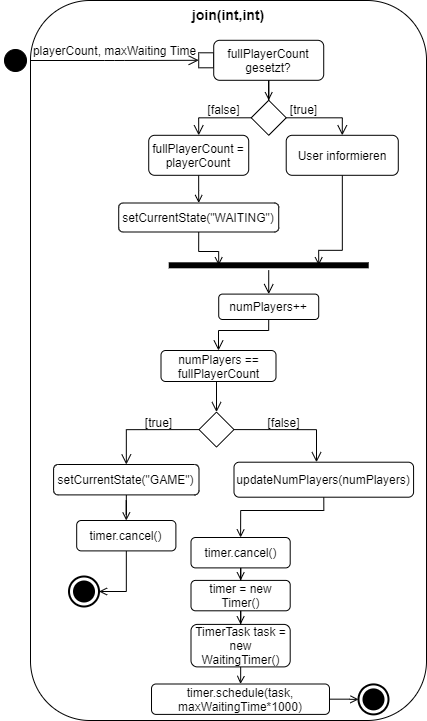
KjellooMelloo/gameoftrons keeps this draw.io diagram as Doku/images/AD_join.png. Above is the earlier version. Source tidied: cells renumbered, new cells last; positions are measured from the earlier drawing's top-left corner, leaving out a move shared by most shapes.
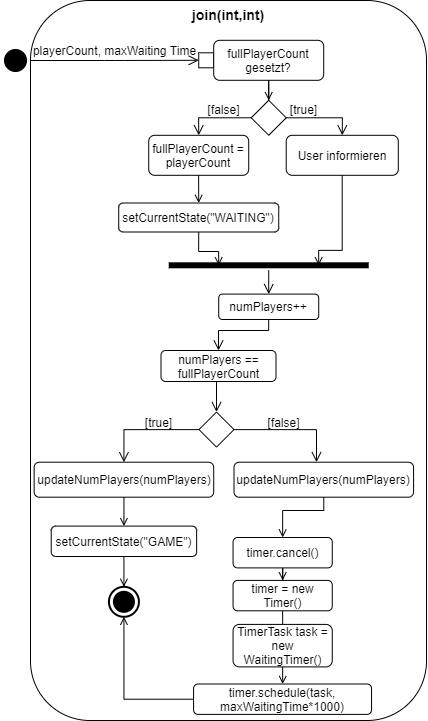
The same file after the commit.

Diff of the diagram source:
```diff
@@ -23,7 +23,7 @@
     <mxCell id="8" value="fullPlayerCount gesetzt?" style="shape=rect;html=1;rounded=1;whiteSpace=wrap;align=center;" parent="1" vertex="1">
       <mxGeometry x="213.2" y="39.8" width="110" height="40" as="geometry" />
     </mxCell>
-    <mxCell id="9" style="edgeStyle=orthogonalEdgeStyle;rounded=0;jettySize=auto;html=1;entryX=0.5;entryY=0;entryDx=0;entryDy=0;endArrow=open;endFill=0;endSize=8;strokeColor=#000000;exitX=0;exitY=0.5;exitDx=0;exitDy=0;" parent="1" edge="1" source="11" target="33">
+    <mxCell id="9" style="edgeStyle=orthogonalEdgeStyle;rounded=0;jettySize=auto;html=1;entryX=0.5;entryY=0;entryDx=0;entryDy=0;endArrow=open;endFill=0;endSize=8;strokeColor=#000000;exitX=0;exitY=0.5;exitDx=0;exitDy=0;" parent="1" edge="1" source="11" target="31">
       <mxGeometry relative="1" as="geometry">
         <Array as="points">
           <mxPoint x="197.7" y="116.8" />
@@ -43,7 +43,7 @@
     <mxCell id="12" value="[false]" style="text;html=1;align=center;verticalAlign=middle;" parent="1" vertex="1">
       <mxGeometry x="198.2" y="99.3" width="50" height="20" as="geometry" />
     </mxCell>
-    <mxCell id="13" style="edgeStyle=orthogonalEdgeStyle;rounded=0;jettySize=auto;html=1;entryX=0.75;entryY=0.5;entryDx=0;entryDy=0;entryPerimeter=0;endArrow=open;endFill=0;" parent="1" edge="1" source="14" target="29">
+    <mxCell id="13" style="edgeStyle=orthogonalEdgeStyle;rounded=0;jettySize=auto;html=1;entryX=0.75;entryY=0.5;entryDx=0;entryDy=0;entryPerimeter=0;endArrow=open;endFill=0;" parent="1" edge="1" source="14" target="28">
       <mxGeometry relative="1" as="geometry">
         <Array as="points">
           <mxPoint x="341.7" y="249.8" />
@@ -74,10 +74,10 @@
     <mxCell id="19" value="numPlayers == fullPlayerCount" style="shape=rect;html=1;rounded=1;whiteSpace=wrap;align=center;" parent="1" vertex="1">
       <mxGeometry x="160.5" y="350" width="115" height="31" as="geometry" />
     </mxCell>
-    <mxCell id="20" style="edgeStyle=orthogonalEdgeStyle;rounded=0;jettySize=auto;html=1;endArrow=open;endFill=0;endSize=8;strokeColor=#000000;exitX=0;exitY=0.5;exitDx=0;exitDy=0;" parent="1" edge="1" source="22" target="24">
+    <mxCell id="20" style="edgeStyle=orthogonalEdgeStyle;rounded=0;jettySize=auto;html=1;endArrow=open;endFill=0;endSize=8;strokeColor=#000000;exitX=0;exitY=0.5;exitDx=0;exitDy=0;entryX=0.5;entryY=0;entryDx=0;entryDy=0;" parent="1" edge="1" source="22" target="45">
       <mxGeometry relative="1" as="geometry" />
     </mxCell>
-    <mxCell id="21" style="edgeStyle=orthogonalEdgeStyle;rounded=0;jettySize=auto;html=1;endArrow=open;endFill=0;endSize=8;strokeColor=#000000;exitX=1;exitY=0.5;exitDx=0;exitDy=0;" parent="1" edge="1" source="22" target="26">
+    <mxCell id="21" style="edgeStyle=orthogonalEdgeStyle;rounded=0;jettySize=auto;html=1;endArrow=open;endFill=0;endSize=8;strokeColor=#000000;exitX=1;exitY=0.5;exitDx=0;exitDy=0;" parent="1" edge="1" source="22" target="25">
       <mxGeometry relative="1" as="geometry">
         <Array as="points">
           <mxPoint x="316" y="429" />
@@ -87,97 +87,94 @@
     <mxCell id="22" style="rhombus;whiteSpace=wrap;html=1;strokeColor=#000000;align=center;" parent="1" vertex="1">
       <mxGeometry x="198.5" y="411.6" width="35" height="35" as="geometry" />
     </mxCell>
-    <mxCell id="23" style="edgeStyle=orthogonalEdgeStyle;rounded=0;jettySize=auto;html=1;entryX=0.5;entryY=0;entryDx=0;entryDy=0;endArrow=open;endFill=0;" parent="1" edge="1" source="24" target="46">
-      <mxGeometry relative="1" as="geometry" />
+    <mxCell id="23" value="setCurrentState(&quot;GAME&quot;)" style="shape=rect;html=1;rounded=1;whiteSpace=wrap;align=center;" parent="1" vertex="1">
+      <mxGeometry x="50.7" y="525.6" width="145.4" height="30.4" as="geometry" />
     </mxCell>
-    <mxCell id="24" value="setCurrentState(&quot;GAME&quot;)" style="shape=rect;html=1;rounded=1;whiteSpace=wrap;align=center;" parent="1" vertex="1">
-      <mxGeometry x="53.1" y="464" width="145.4" height="30.4" as="geometry" />
+    <mxCell id="24" style="edgeStyle=orthogonalEdgeStyle;rounded=0;jettySize=auto;html=1;entryX=0.5;entryY=0;entryDx=0;entryDy=0;endArrow=open;endFill=0;exitX=0.5;exitY=1;exitDx=0;exitDy=0;" parent="1" edge="1" source="25" target="35">
+      <mxGeometry relative="1" as="geometry">
+        <Array as="points">
+          <mxPoint x="323" y="510" />
+          <mxPoint x="282" y="510" />
+        </Array>
+      </mxGeometry>
     </mxCell>
-    <mxCell id="25" style="edgeStyle=orthogonalEdgeStyle;rounded=0;jettySize=auto;html=1;entryX=0.5;entryY=0;entryDx=0;entryDy=0;endArrow=open;endFill=0;exitX=0.5;exitY=1;exitDx=0;exitDy=0;" parent="1" edge="1" source="26" target="37">
-      <mxGeometry relative="1" as="geometry">
-        <Array as="points">
-          <mxPoint x="323" y="510" />
-          <mxPoint x="240" y="510" />
-        </Array>
-      </mxGeometry>
+    <mxCell id="25" value="updateNumPlayers(numPlayers)" style="shape=rect;html=1;rounded=1;whiteSpace=wrap;align=center;" parent="1" vertex="1">
+      <mxGeometry x="233.5" y="461.7" width="179.6" height="35" as="geometry" />
     </mxCell>
-    <mxCell id="26" value="updateNumPlayers(numPlayers)" style="shape=rect;html=1;rounded=1;whiteSpace=wrap;align=center;" parent="1" vertex="1">
-      <mxGeometry x="233.5" y="461.7" width="179.6" height="35" as="geometry" />
+    <mxCell id="26" value="[true]" style="text;html=1;align=center;verticalAlign=middle;points=[];" parent="1" vertex="1">
+      <mxGeometry x="138.1" y="411.6" width="40" height="20" as="geometry" />
     </mxCell>
-    <mxCell id="27" value="[true]" style="text;html=1;align=center;verticalAlign=middle;" parent="1" vertex="1">
-      <mxGeometry x="138.1" y="411.6" width="40" height="20" as="geometry" />
+    <mxCell id="27" value="[false]" style="text;html=1;align=center;verticalAlign=middle;" parent="1" vertex="1">
+      <mxGeometry x="257.5" y="411.6" width="50" height="20" as="geometry" />
     </mxCell>
-    <mxCell id="28" value="[false]" style="text;html=1;align=center;verticalAlign=middle;points=[];" parent="1" vertex="1">
-      <mxGeometry x="257.5" y="411.6" width="50" height="20" as="geometry" />
+    <mxCell id="28" style="shape=line;html=1;strokeWidth=6;strokeColor=#000000;align=center;" parent="1" vertex="1">
+      <mxGeometry x="168.2" y="259.8" width="200" height="10" as="geometry" />
     </mxCell>
-    <mxCell id="29" style="shape=line;html=1;strokeWidth=6;strokeColor=#000000;align=center;" parent="1" vertex="1">
-      <mxGeometry x="168.2" y="259.8" width="200" height="10" as="geometry" />
+    <mxCell id="29" style="edgeStyle=orthogonalEdgeStyle;html=1;verticalAlign=bottom;endArrow=open;endSize=8;strokeColor=#000000;entryX=0.5;entryY=0;entryDx=0;entryDy=0;" parent="1" edge="1" source="28" target="17">
+      <mxGeometry relative="1" as="geometry" />
     </mxCell>
-    <mxCell id="30" style="edgeStyle=orthogonalEdgeStyle;html=1;verticalAlign=bottom;endArrow=open;endSize=8;strokeColor=#000000;entryX=0.5;entryY=0;entryDx=0;entryDy=0;" parent="1" edge="1" source="29" target="17">
-      <mxGeometry relative="1" as="geometry" />
+    <mxCell id="30" style="edgeStyle=orthogonalEdgeStyle;rounded=0;jettySize=auto;html=1;entryX=0.5;entryY=0;entryDx=0;entryDy=0;endArrow=open;endFill=0;" parent="1" edge="1" source="31" target="33">
+      <mxGeometry relative="1" as="geometry">
+        <Array as="points">
+          <mxPoint x="198" y="190" />
+          <mxPoint x="198" y="190" />
+        </Array>
+      </mxGeometry>
     </mxCell>
-    <mxCell id="31" style="html=1;shape=mxgraph.sysml.actFinal;strokeWidth=2;verticalLabelPosition=bottom;verticalAlignment=top;align=center;" parent="1" vertex="1">
-      <mxGeometry x="358" y="683.9" width="30" height="30" as="geometry" />
+    <mxCell id="31" value="fullPlayerCount = playerCount" style="shape=rect;html=1;rounded=1;whiteSpace=wrap;align=center;" parent="1" vertex="1">
+      <mxGeometry x="148.2" y="134.8" width="100" height="40" as="geometry" />
     </mxCell>
-    <mxCell id="32" style="edgeStyle=orthogonalEdgeStyle;rounded=0;jettySize=auto;html=1;entryX=0.5;entryY=0;entryDx=0;entryDy=0;endArrow=open;endFill=0;" parent="1" edge="1" source="33" target="35">
+    <mxCell id="32" style="edgeStyle=orthogonalEdgeStyle;rounded=0;jettySize=auto;html=1;entryX=0.25;entryY=0.5;entryDx=0;entryDy=0;entryPerimeter=0;endArrow=open;endFill=0;exitX=0.5;exitY=1;exitDx=0;exitDy=0;" parent="1" edge="1" source="33" target="28">
       <mxGeometry relative="1" as="geometry">
         <Array as="points">
-          <mxPoint x="198" y="190" />
-          <mxPoint x="198" y="190" />
+          <mxPoint x="198" y="251" />
+          <mxPoint x="218" y="251" />
         </Array>
       </mxGeometry>
     </mxCell>
-    <mxCell id="33" value="fullPlayerCount = playerCount" style="shape=rect;html=1;rounded=1;whiteSpace=wrap;align=center;" parent="1" vertex="1">
-      <mxGeometry x="148.2" y="134.8" width="100" height="40" as="geometry" />
+    <mxCell id="33" value="setCurrentState(&quot;WAITING&quot;)" style="shape=rect;html=1;rounded=1;whiteSpace=wrap;align=center;" parent="1" vertex="1">
+      <mxGeometry x="118.2" y="202.5" width="160" height="29" as="geometry" />
     </mxCell>
-    <mxCell id="34" style="edgeStyle=orthogonalEdgeStyle;rounded=0;jettySize=auto;html=1;entryX=0.25;entryY=0.5;entryDx=0;entryDy=0;entryPerimeter=0;endArrow=open;endFill=0;exitX=0.5;exitY=1;exitDx=0;exitDy=0;" parent="1" edge="1" source="35" target="29">
-      <mxGeometry relative="1" as="geometry">
-        <Array as="points">
-          <mxPoint x="198" y="251" />
-          <mxPoint x="218" y="251" />
-        </Array>
-      </mxGeometry>
+    <mxCell id="34" style="edgeStyle=orthogonalEdgeStyle;rounded=0;jettySize=auto;html=1;endArrow=open;endFill=0;" parent="1" edge="1" source="35" target="37">
+      <mxGeometry relative="1" as="geometry" />
     </mxCell>
-    <mxCell id="35" value="setCurrentState(&quot;WAITING&quot;)" style="shape=rect;html=1;rounded=1;whiteSpace=wrap;align=center;" parent="1" vertex="1">
-      <mxGeometry x="118.2" y="202.5" width="160" height="29" as="geometry" />
+    <mxCell id="35" value="timer.cancel()" style="shape=rect;html=1;rounded=1;whiteSpace=wrap;align=center;" parent="1" vertex="1">
+      <mxGeometry x="232.6" y="537" width="99.2" height="30.4" as="geometry" />
     </mxCell>
-    <mxCell id="36" style="edgeStyle=orthogonalEdgeStyle;rounded=0;jettySize=auto;html=1;endArrow=open;endFill=0;" parent="1" edge="1" source="37" target="39">
+    <mxCell id="36" style="edgeStyle=orthogonalEdgeStyle;rounded=0;jettySize=auto;html=1;entryX=0.5;entryY=0;entryDx=0;entryDy=0;endArrow=open;endFill=0;" parent="1" edge="1" source="37" target="39">
       <mxGeometry relative="1" as="geometry" />
     </mxCell>
-    <mxCell id="37" value="timer.cancel()" style="shape=rect;html=1;rounded=1;whiteSpace=wrap;align=center;" parent="1" vertex="1">
-      <mxGeometry x="190.5" y="537" width="99.2" height="30.4" as="geometry" />
+    <mxCell id="37" value="timer = new Timer()" style="shape=rect;html=1;rounded=1;whiteSpace=wrap;align=center;" parent="1" vertex="1">
+      <mxGeometry x="232.6" y="579.9" width="99.2" height="30.4" as="geometry" />
     </mxCell>
     <mxCell id="38" style="edgeStyle=orthogonalEdgeStyle;rounded=0;jettySize=auto;html=1;entryX=0.5;entryY=0;entryDx=0;entryDy=0;endArrow=open;endFill=0;" parent="1" edge="1" source="39" target="41">
-      <mxGeometry relative="1" as="geometry" />
+      <mxGeometry relative="1" as="geometry">
+        <Array as="points">
+          <mxPoint x="282.1" y="680" />
+          <mxPoint x="282.1" y="680" />
+        </Array>
+      </mxGeometry>
     </mxCell>
-    <mxCell id="39" value="timer = new Timer()" style="shape=rect;html=1;rounded=1;whiteSpace=wrap;align=center;" parent="1" vertex="1">
-      <mxGeometry x="190.5" y="579.9" width="99.2" height="30.4" as="geometry" />
+    <mxCell id="39" value="TimerTask task = new WaitingTimer()" style="shape=rect;html=1;rounded=1;whiteSpace=wrap;align=center;" parent="1" vertex="1">
+      <mxGeometry x="232.6" y="623.9" width="99.2" height="42.5" as="geometry" />
     </mxCell>
-    <mxCell id="40" style="edgeStyle=orthogonalEdgeStyle;rounded=0;jettySize=auto;html=1;entryX=0.5;entryY=0;entryDx=0;entryDy=0;endArrow=open;endFill=0;" parent="1" edge="1" source="41" target="43">
-      <mxGeometry relative="1" as="geometry">
-        <Array as="points">
-          <mxPoint x="240" y="680" />
-          <mxPoint x="240" y="680" />
-        </Array>
-      </mxGeometry>
+    <mxCell id="40" style="edgeStyle=orthogonalEdgeStyle;rounded=0;jettySize=auto;html=1;entryX=0.5;entryY=1;entryDx=0;entryDy=0;entryPerimeter=0;endArrow=open;endFill=0;endSize=6;" parent="1" edge="1" source="41" target="42">
+      <mxGeometry relative="1" as="geometry" />
     </mxCell>
-    <mxCell id="41" value="TimerTask task = new WaitingTimer()" style="shape=rect;html=1;rounded=1;whiteSpace=wrap;align=center;" parent="1" vertex="1">
-      <mxGeometry x="190.5" y="623.9" width="99.2" height="42.5" as="geometry" />
+    <mxCell id="41" value="timer.schedule(task, maxWaitingTime*1000)" style="shape=rect;html=1;rounded=1;whiteSpace=wrap;align=center;" parent="1" vertex="1">
+      <mxGeometry x="193.1" y="683.5" width="178" height="30.4" as="geometry" />
     </mxCell>
-    <mxCell id="42" style="edgeStyle=orthogonalEdgeStyle;rounded=0;jettySize=auto;html=1;entryX=0;entryY=0.5;entryDx=0;entryDy=0;entryPerimeter=0;endArrow=open;endFill=0;" parent="1" edge="1" source="43" target="31">
-      <mxGeometry relative="1" as="geometry" />
+    <mxCell id="42" style="html=1;shape=mxgraph.sysml.actFinal;strokeWidth=2;verticalLabelPosition=bottom;verticalAlignment=top;align=center;" parent="1" vertex="1">
+      <mxGeometry x="108.4" y="586.3" width="30" height="30" as="geometry" />
     </mxCell>
-    <mxCell id="43" value="timer.schedule(task, maxWaitingTime*1000)" style="shape=rect;html=1;rounded=1;whiteSpace=wrap;align=center;" parent="1" vertex="1">
-      <mxGeometry x="151" y="683.5" width="178" height="30.4" as="geometry" />
+    <mxCell id="43" style="edgeStyle=orthogonalEdgeStyle;rounded=0;jettySize=auto;html=1;entryX=0.5;entryY=0;entryDx=0;entryDy=0;entryPerimeter=0;endArrow=open;endFill=0;exitX=0.5;exitY=1;exitDx=0;exitDy=0;" parent="1" edge="1" source="23" target="42">
+      <mxGeometry relative="1" as="geometry" />
     </mxCell>
-    <mxCell id="44" style="html=1;shape=mxgraph.sysml.actFinal;strokeWidth=2;verticalLabelPosition=bottom;verticalAlignment=top;align=center;" parent="1" vertex="1">
-      <mxGeometry x="68.5" y="576" width="30" height="30" as="geometry" />
+    <mxCell id="44" style="edgeStyle=orthogonalEdgeStyle;rounded=0;jettySize=auto;html=1;entryX=0.5;entryY=0;entryDx=0;entryDy=0;endArrow=open;endFill=0;endSize=6;" parent="1" edge="1" source="45" target="23">
+      <mxGeometry relative="1" as="geometry" />
     </mxCell>
-    <mxCell id="45" style="edgeStyle=orthogonalEdgeStyle;rounded=0;jettySize=auto;html=1;entryX=1;entryY=0.5;entryDx=0;entryDy=0;entryPerimeter=0;endArrow=open;endFill=0;" parent="1" edge="1" source="46" target="44">
-      <mxGeometry relative="1" as="geometry" />
+    <mxCell id="45" value="updateNumPlayers(numPlayers)" style="shape=rect;html=1;rounded=1;whiteSpace=wrap;align=center;" parent="1" vertex="1">
+      <mxGeometry x="33.6" y="461.7" width="179.6" height="35" as="geometry" />
     </mxCell>
-    <mxCell id="46" value="timer.cancel()" style="shape=rect;html=1;rounded=1;whiteSpace=wrap;align=center;" parent="1" vertex="1">
-      <mxGeometry x="76.2" y="520" width="99.2" height="30.4" as="geometry" />
-    </mxCell>
   </root>
 </mxGraphModel>
```
